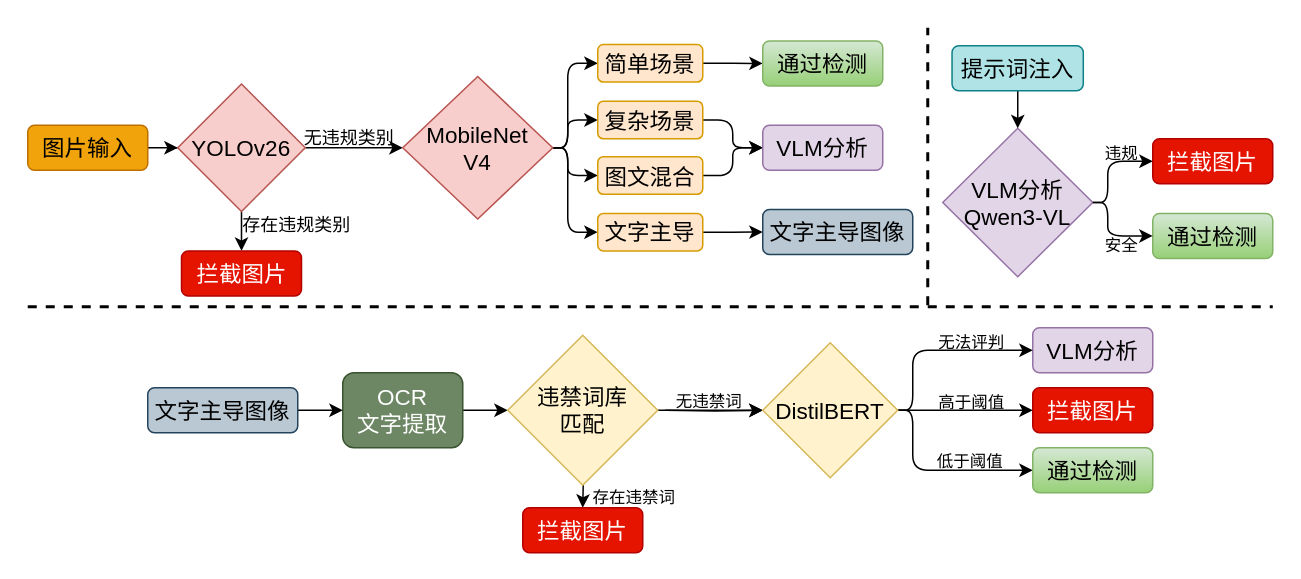
Earlier version of the draw.io diagram 本科项目/违规图片检测.drawio (Heart-ttt/picture-table). Source tidied: cells renumbered, new cells numbered last; positions are measured from the earlier drawing's top-left corner, leaving out a move shared by most shapes. Both pictures are drawn from the tidied source at 150%, with x=0, y=0 at pixel (27, 27).
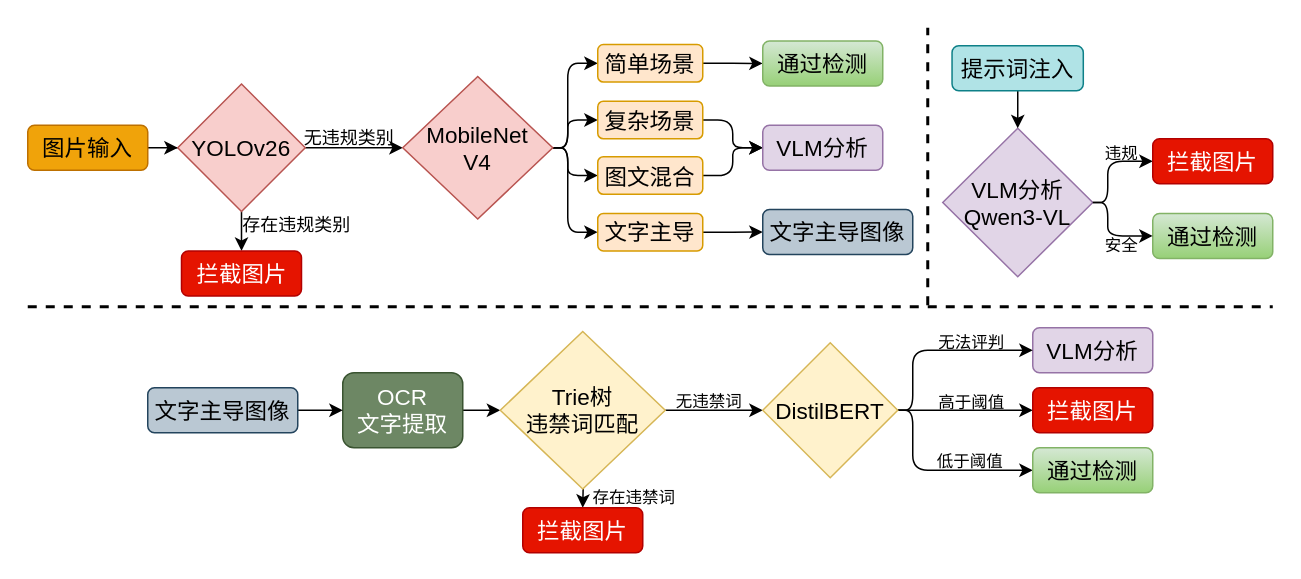
The same diagram, later.

Commit message:
更新违规图片检测.drawio

The change refers to these unchanged cells:
```xml
<mxCell id="41" value="&lt;span style=&quot;font-size: 15px;&quot;&gt;DistilBERT&lt;/span&gt;" style="rhombus;whiteSpace=wrap;html=1;fillColor=#fff2cc;strokeColor=#d6b656;" parent="1" vertex="1">
  <mxGeometry x="490" y="210" width="90" height="90" as="geometry" />
</mxCell>
```

Diff of the diagram source:
```diff
@@
-    <mxCell id="28" style="edgeStyle=orthogonalEdgeStyle;rounded=0;jettySize=auto;html=1;entryX=0;entryY=0.5;entryDx=0;entryDy=0;" parent="1" edge="1" target="41">
-      <mxGeometry relative="1" as="geometry">
-        <mxPoint x="425" y="255" as="sourcePoint" />
-      </mxGeometry>
+    <mxCell id="28" style="edgeStyle=orthogonalEdgeStyle;rounded=0;jettySize=auto;html=1;entryX=0;entryY=0.5;entryDx=0;entryDy=0;exitX=1;exitY=0.5;exitDx=0;exitDy=0;" parent="1" edge="1" source="53" target="41">
+      <mxGeometry relative="1" as="geometry" />
     </mxCell>
@@
-    <mxCell id="32" style="edgeStyle=orthogonalEdgeStyle;rounded=0;jettySize=auto;html=1;exitX=1;exitY=0.5;exitDx=0;exitDy=0;" parent="1" edge="1" source="53" target="41">
-      <mxGeometry relative="1" as="geometry" />
-    </mxCell>
@@
-    <mxCell id="53" value="&lt;font style=&quot;font-size: 15px;&quot;&gt;违禁词库&lt;/font&gt;&lt;div&gt;&lt;font style=&quot;font-size: 15px;&quot;&gt;匹配&lt;/font&gt;&lt;/div&gt;" style="rhombus;whiteSpace=wrap;html=1;fillColor=#fff2cc;strokeColor=#d6b656;" parent="1" vertex="1">
-      <mxGeometry x="320" y="205" width="100" height="100" as="geometry" />
+    <mxCell id="53" value="&lt;font style=&quot;font-size: 15px;&quot; face=&quot;Helvetica&quot;&gt;&lt;span lang=&quot;EN-US&quot; style=&quot;&quot;&gt;Trie&lt;/span&gt;树&lt;/font&gt;&lt;div&gt;&lt;font style=&quot;font-size: 15px;&quot; face=&quot;Helvetica&quot;&gt;违禁词匹配&lt;/font&gt;&lt;/div&gt;" style="rhombus;whiteSpace=wrap;html=1;fillColor=#fff2cc;strokeColor=#d6b656;" parent="1" vertex="1">
+      <mxGeometry x="315" y="202.5" width="110" height="105" as="geometry" />
     </mxCell>
```
